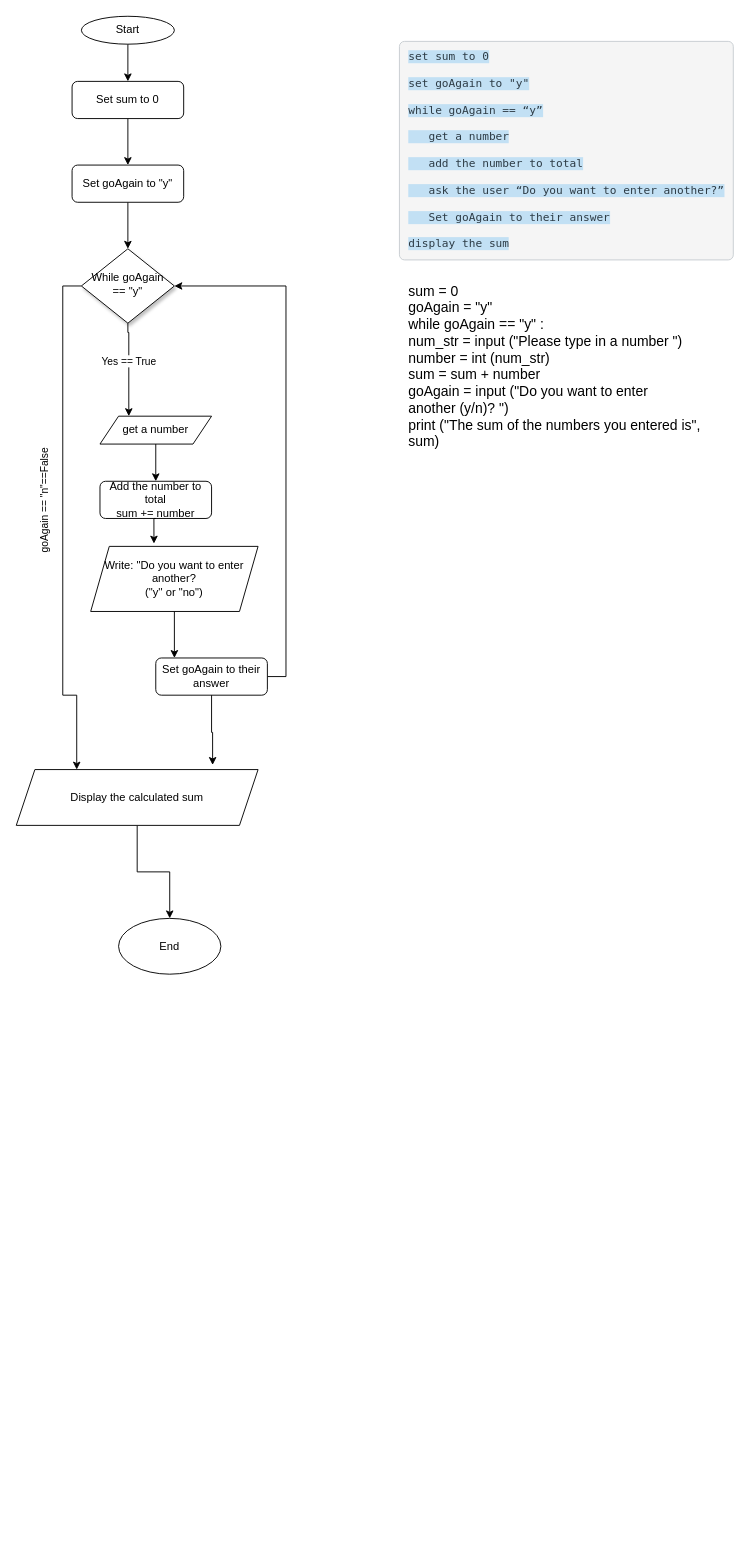
Earlier version of the draw.io diagram Untitled Diagram.drawio (RayaVelinova/Test_Repo_very_First). Source tidied: cells renumbered, new cells numbered last; positions are measured from the earlier drawing's top-left corner, leaving out a move shared by most shapes. Both pictures are drawn from the tidied source at 93%, with x=0, y=0 at pixel (16, 16).
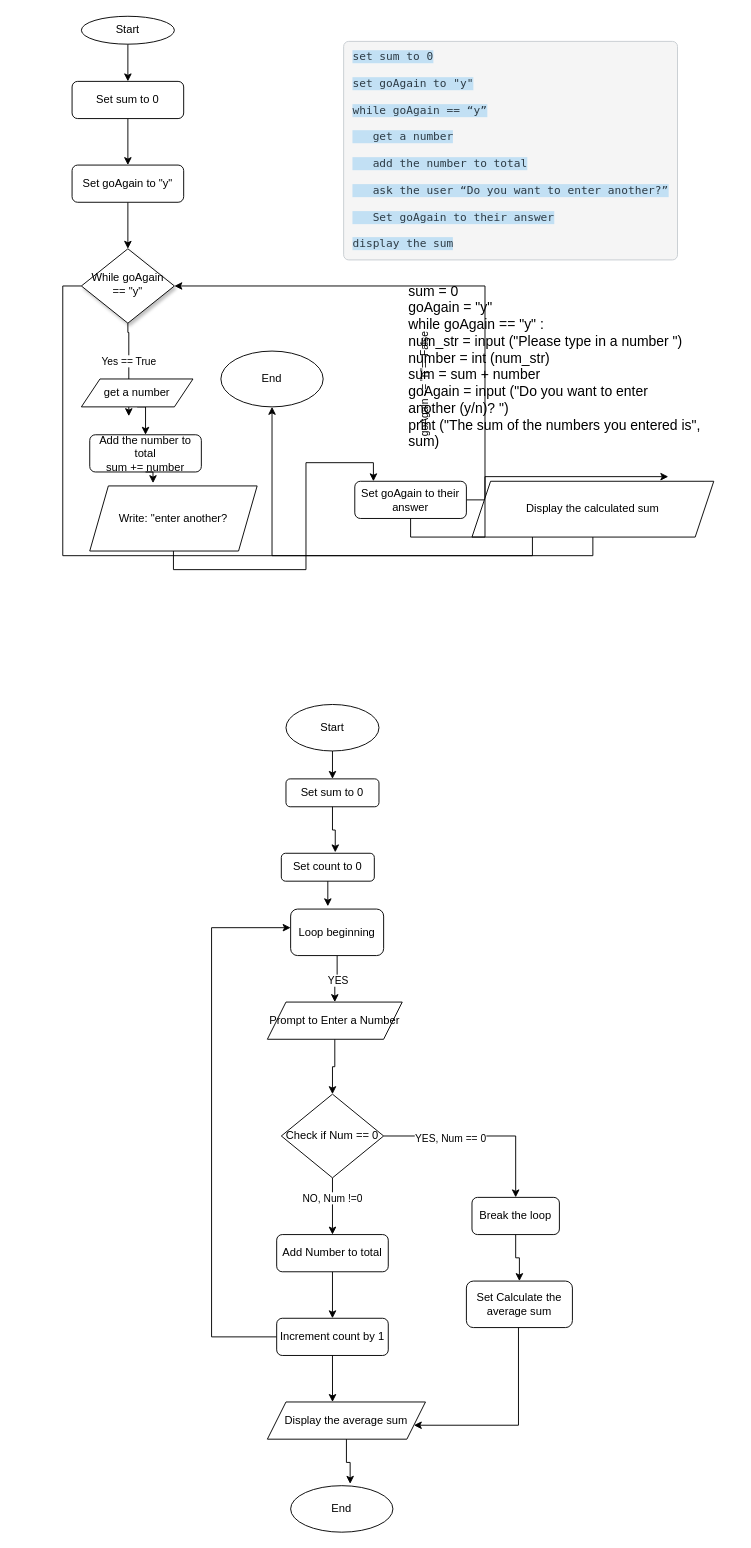
Above is the later version.

Unchanged cells that the change refers to:
```xml
<mxCell id="6" value="While goAgain == &quot;y&quot;" style="rhombus;whiteSpace=wrap;html=1;shadow=1;fontFamily=Helvetica;fontSize=12;align=center;strokeWidth=1;spacing=6;spacingTop=-4;" parent="1" vertex="1">
  <mxGeometry x="70" y="250" width="100" height="80" as="geometry" />
</mxCell>
```

Diff of the diagram source:
```diff
@@
     <mxCell id="4" style="edgeStyle=orthogonalEdgeStyle;rounded=0;jettySize=auto;html=1;exitX=0;exitY=0.5;exitDx=0;exitDy=0;entryX=0.25;entryY=0;entryDx=0;entryDy=0;" parent="1" edge="1" source="6" target="20">
       <mxGeometry relative="1" as="geometry">
         <Array as="points">
           <mxPoint x="50" y="290" />
-          <mxPoint x="50" y="730" />
+          <mxPoint x="50" y="580" />
+          <mxPoint x="555" y="580" />
         </Array>
       </mxGeometry>
     </mxCell>
@@
-    <mxCell id="13" value="Write: &quot;Do you want to enter another?&lt;br&gt;(&quot;y'' or &quot;no&quot;)" style="shape=parallelogram;perimeter=parallelogramPerimeter;whiteSpace=wrap;html=1;fixedSize=1;" parent="1" vertex="1">
-      <mxGeometry x="80" y="570" width="180" height="70" as="geometry" />
+    <mxCell id="13" value="Write: &quot;enter another?" style="shape=parallelogram;perimeter=parallelogramPerimeter;whiteSpace=wrap;html=1;fixedSize=1;" parent="1" vertex="1">
+      <mxGeometry x="79" y="505" width="180" height="70" as="geometry" />
     </mxCell>
@@
     <mxCell id="15" value="get a number" style="shape=parallelogram;perimeter=parallelogramPerimeter;whiteSpace=wrap;html=1;fixedSize=1;" parent="1" vertex="1">
-      <mxGeometry x="90" y="430" width="120" height="30" as="geometry" />
+      <mxGeometry x="70" y="390" width="120" height="30" as="geometry" />
     </mxCell>
@@
     <mxCell id="17" value="Set goAgain to their answer" style="rounded=1;whiteSpace=wrap;html=1;" parent="1" vertex="1">
-      <mxGeometry x="150" y="690" width="120" height="40" as="geometry" />
+      <mxGeometry x="364" y="500" width="120" height="40" as="geometry" />
     </mxCell>
     <mxCell id="18" value="Add the number to total&lt;br&gt;sum += number" style="rounded=1;whiteSpace=wrap;html=1;" parent="1" vertex="1">
-      <mxGeometry x="90" y="500" width="120" height="40" as="geometry" />
+      <mxGeometry x="79" y="450" width="120" height="40" as="geometry" />
     </mxCell>
@@
     <mxCell id="20" value="Display the calculated sum" style="shape=parallelogram;perimeter=parallelogramPerimeter;whiteSpace=wrap;html=1;fixedSize=1;" parent="1" vertex="1">
-      <mxGeometry y="810" width="260" height="60" as="geometry" />
+      <mxGeometry x="490" y="500" width="260" height="60" as="geometry" />
     </mxCell>
     <mxCell id="21" value="End" style="ellipse;whiteSpace=wrap;html=1;" parent="1" vertex="1">
-      <mxGeometry x="110" y="970" width="110" height="60" as="geometry" />
+      <mxGeometry x="220" y="360" width="110" height="60" as="geometry" />
     </mxCell>
     <mxCell id="22" value="&lt;pre style=&quot;font-family: Monaco, Menlo, Consolas, &amp;quot;Courier New&amp;quot;, monospace; font-size: 0.75rem; border-radius: 6px; background-color: rgb(245, 245, 245); border: 1px solid rgb(199, 205, 209); color: rgb(45, 59, 69); display: block; padding: 9px; margin: 0px 0px 12px; line-height: 1.2; word-break: break-all; overflow-wrap: break-word; font-style: normal; font-variant-ligatures: normal; font-variant-caps: normal; font-weight: 400; letter-spacing: normal; orphans: 2; text-align: start; text-indent: 0px; text-transform: none; widows: 2; word-spacing: 0px; -webkit-text-stroke-width: 0px; text-decoration-thickness: initial; text-decoration-style: initial; text-decoration-color: initial;&quot;&gt;&lt;span style=&quot;background-color: rgb(194, 224, 244);&quot;&gt;set sum to 0&lt;/span&gt;&lt;br&gt;&lt;br&gt;&lt;span style=&quot;background-color: rgb(194, 224, 244);&quot;&gt;set goAgain to &quot;y&quot;&lt;/span&gt;&lt;br&gt;&lt;br&gt;&lt;span style=&quot;background-color: rgb(194, 224, 244);&quot;&gt;while goAgain == “y”&lt;/span&gt;&lt;br&gt;&lt;br&gt;&lt;span style=&quot;background-color: rgb(194, 224, 244);&quot;&gt;   get a number&lt;/span&gt;&lt;br&gt;&lt;br&gt;&lt;span style=&quot;background-color: rgb(194, 224, 244);&quot;&gt;   add the number to total&lt;/span&gt;&lt;br&gt;&lt;br&gt;&lt;span style=&quot;background-color: rgb(194, 224, 244);&quot;&gt;   ask the user “Do you want to enter another?”&lt;/span&gt;&lt;br&gt;&lt;br&gt;&lt;span style=&quot;background-color: rgb(194, 224, 244);&quot;&gt;   Set goAgain to their answer&lt;/span&gt;&lt;br&gt;&lt;br&gt;&lt;span style=&quot;background-color: rgb(194, 224, 244);&quot;&gt;display the sum&lt;/span&gt;&lt;/pre&gt;" style="text;whiteSpace=wrap;html=1;" parent="1" vertex="1">
-      <mxGeometry x="410" y="20" width="340" height="210" as="geometry" />
+      <mxGeometry x="350" y="20" width="340" height="210" as="geometry" />
     </mxCell>
@@
+    <mxCell id="27" style="edgeStyle=orthogonalEdgeStyle;rounded=0;jettySize=auto;html=1;exitX=0.5;exitY=1;exitDx=0;exitDy=0;entryX=0.5;entryY=0;entryDx=0;entryDy=0;" parent="1" edge="1" source="28" target="29">
+      <mxGeometry relative="1" as="geometry" />
+    </mxCell>
+    <mxCell id="28" value="Start" style="ellipse;whiteSpace=wrap;html=1;" parent="1" vertex="1">
+      <mxGeometry x="290" y="740" width="100" height="50" as="geometry" />
+    </mxCell>
+    <mxCell id="29" value="Set sum to 0" style="rounded=1;whiteSpace=wrap;html=1;" parent="1" vertex="1">
+      <mxGeometry x="290" y="820" width="100" height="30" as="geometry" />
+    </mxCell>
+    <mxCell id="30" value="Set count to 0" style="rounded=1;whiteSpace=wrap;html=1;" parent="1" vertex="1">
+      <mxGeometry x="285" y="900" width="100" height="30" as="geometry" />
+    </mxCell>
+    <mxCell id="31" style="edgeStyle=orthogonalEdgeStyle;rounded=0;jettySize=auto;html=1;entryX=0.5;entryY=0;entryDx=0;entryDy=0;" parent="1" edge="1" source="32" target="37">
+      <mxGeometry relative="1" as="geometry" />
+    </mxCell>
+    <mxCell id="32" value="Prompt to Enter a Number" style="shape=parallelogram;perimeter=parallelogramPerimeter;whiteSpace=wrap;html=1;fixedSize=1;" parent="1" vertex="1">
+      <mxGeometry x="270" y="1060" width="145" height="40" as="geometry" />
+    </mxCell>
+    <mxCell id="33" style="edgeStyle=orthogonalEdgeStyle;rounded=0;jettySize=auto;html=1;exitX=0.5;exitY=1;exitDx=0;exitDy=0;entryX=0.5;entryY=0;entryDx=0;entryDy=0;" parent="1" edge="1" source="37" target="39">
+      <mxGeometry relative="1" as="geometry" />
+    </mxCell>
+    <mxCell id="34" value="NO, Num !=0" style="edgeLabel;html=1;align=center;verticalAlign=middle;" parent="33" vertex="1">
+      <mxGeometry x="-0.3" y="-1" relative="1" as="geometry" />
+    </mxCell>
+    <mxCell id="35" style="edgeStyle=orthogonalEdgeStyle;rounded=0;jettySize=auto;html=1;exitX=1;exitY=0.5;exitDx=0;exitDy=0;entryX=0.5;entryY=0;entryDx=0;entryDy=0;" parent="1" edge="1" source="37" target="52">
+      <mxGeometry relative="1" as="geometry" />
+    </mxCell>
+    <mxCell id="36" value="YES, Num == 0" style="edgeLabel;html=1;align=center;verticalAlign=middle;" parent="35" vertex="1">
+      <mxGeometry x="-0.32" y="-2" relative="1" as="geometry" />
+    </mxCell>
+    <mxCell id="37" value="Check if Num == 0" style="rhombus;whiteSpace=wrap;html=1;" parent="1" vertex="1">
+      <mxGeometry x="285" y="1159" width="110" height="90" as="geometry" />
+    </mxCell>
+    <mxCell id="38" style="edgeStyle=orthogonalEdgeStyle;rounded=0;jettySize=auto;html=1;exitX=0.5;exitY=1;exitDx=0;exitDy=0;entryX=0.5;entryY=0;entryDx=0;entryDy=0;" parent="1" edge="1" source="39" target="43">
+      <mxGeometry relative="1" as="geometry" />
+    </mxCell>
+    <mxCell id="39" value="Add Number to total" style="rounded=1;whiteSpace=wrap;html=1;" parent="1" vertex="1">
+      <mxGeometry x="280" y="1310" width="120" height="40" as="geometry" />
+    </mxCell>
+    <mxCell id="40" style="edgeStyle=orthogonalEdgeStyle;rounded=0;jettySize=auto;html=1;exitX=0.5;exitY=1;exitDx=0;exitDy=0;" parent="1" edge="1" source="41" target="48">
+      <mxGeometry relative="1" as="geometry">
+        <Array as="points">
+          <mxPoint x="540" y="1515" />
+        </Array>
+      </mxGeometry>
+    </mxCell>
+    <mxCell id="41" value="Set Calculate the average sum" style="rounded=1;whiteSpace=wrap;html=1;" parent="1" vertex="1">
+      <mxGeometry x="484" y="1360" width="114" height="50" as="geometry" />
+    </mxCell>
+    <mxCell id="42" style="edgeStyle=orthogonalEdgeStyle;rounded=0;jettySize=auto;html=1;exitX=0;exitY=0.5;exitDx=0;exitDy=0;entryX=0;entryY=0.5;entryDx=0;entryDy=0;" parent="1" edge="1" source="43">
+      <mxGeometry relative="1" as="geometry">
+        <mxPoint x="295" y="980" as="targetPoint" />
+        <Array as="points">
+          <mxPoint x="210" y="1420" />
+          <mxPoint x="210" y="980" />
+        </Array>
+      </mxGeometry>
+    </mxCell>
+    <mxCell id="43" value="Increment count by 1" style="rounded=1;whiteSpace=wrap;html=1;" parent="1" vertex="1">
+      <mxGeometry x="280" y="1400" width="120" height="40" as="geometry" />
+    </mxCell>
+    <mxCell id="44" style="edgeStyle=orthogonalEdgeStyle;rounded=0;jettySize=auto;html=1;exitX=0.5;exitY=1;exitDx=0;exitDy=0;entryX=0.5;entryY=0;entryDx=0;entryDy=0;" parent="1" edge="1" source="46" target="32">
+      <mxGeometry relative="1" as="geometry" />
+    </mxCell>
+    <mxCell id="45" value="YES" style="edgeLabel;html=1;align=center;verticalAlign=middle;" parent="44" vertex="1">
+      <mxGeometry x="-0.06" y="1" relative="1" as="geometry" />
+    </mxCell>
+    <mxCell id="46" value="Loop beginning" style="rounded=1;whiteSpace=wrap;html=1;" parent="1" vertex="1">
+      <mxGeometry x="295" y="960" width="100" height="50" as="geometry" />
+    </mxCell>
+    <mxCell id="47" style="edgeStyle=orthogonalEdgeStyle;rounded=0;jettySize=auto;html=1;entryX=0.58;entryY=-0.033;entryDx=0;entryDy=0;entryPerimeter=0;" parent="1" edge="1" source="29" target="30">
+      <mxGeometry relative="1" as="geometry" />
+    </mxCell>
+    <mxCell id="48" value="Display the average sum" style="shape=parallelogram;perimeter=parallelogramPerimeter;whiteSpace=wrap;html=1;fixedSize=1;" parent="1" vertex="1">
+      <mxGeometry x="270" y="1490" width="170" height="40" as="geometry" />
+    </mxCell>
+    <mxCell id="49" value="End" style="ellipse;whiteSpace=wrap;html=1;" parent="1" vertex="1">
+      <mxGeometry x="295" y="1580" width="110" height="50" as="geometry" />
+    </mxCell>
+    <mxCell id="50" style="edgeStyle=orthogonalEdgeStyle;rounded=0;jettySize=auto;html=1;exitX=0.5;exitY=1;exitDx=0;exitDy=0;entryX=0.4;entryY=-0.06;entryDx=0;entryDy=0;entryPerimeter=0;" parent="1" edge="1" source="30" target="46">
+      <mxGeometry relative="1" as="geometry" />
+    </mxCell>
+    <mxCell id="51" style="edgeStyle=orthogonalEdgeStyle;rounded=0;jettySize=auto;html=1;exitX=0.5;exitY=1;exitDx=0;exitDy=0;entryX=0.5;entryY=0;entryDx=0;entryDy=0;" parent="1" edge="1" source="52" target="41">
+      <mxGeometry relative="1" as="geometry" />
+    </mxCell>
+    <mxCell id="52" value="Break the loop" style="rounded=1;whiteSpace=wrap;html=1;" parent="1" vertex="1">
+      <mxGeometry x="490" y="1270" width="94" height="40" as="geometry" />
+    </mxCell>
+    <mxCell id="53" style="edgeStyle=orthogonalEdgeStyle;rounded=0;jettySize=auto;html=1;exitX=0.5;exitY=1;exitDx=0;exitDy=0;entryX=0.412;entryY=0;entryDx=0;entryDy=0;entryPerimeter=0;" parent="1" edge="1" source="43" target="48">
+      <mxGeometry relative="1" as="geometry" />
+    </mxCell>
+    <mxCell id="54" style="edgeStyle=orthogonalEdgeStyle;rounded=0;jettySize=auto;html=1;entryX=0.582;entryY=-0.04;entryDx=0;entryDy=0;entryPerimeter=0;" parent="1" edge="1" source="48" target="49">
+      <mxGeometry relative="1" as="geometry" />
+    </mxCell>
```
